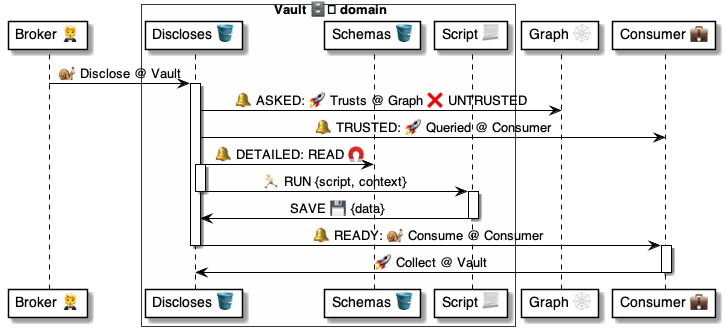
This is 4 ⚙️ Solution/41 🎭 Domain Roles/Vaults 🗄️/🗄️🪣 Vault tables/Discloses 💼 table/🪣 Discloses/🗄️ Vault.Discloses ⚙️ uml.png from pollyweb-org/pollyweb-docs, a PlantUML export, as it was before one commit. Its source is kept beside it as 4 ⚙️ Solution/41 🎭 Domain Roles/Vaults 🗄️/🗄️🪣 Vault tables/Discloses 💼 table/🪣 Discloses/🗄️ Vault.Discloses ⚙️ uml.puml. Its diagram source:
```plantuml
@startuml Vault.Discloses

participant "Broker 🤵" as broker

box Vault 🗄️ domain #FFFFFA
    participant "Discloses 🪣" as table
    participant "Schemas 🪣" as schemas
    participant "Script 📃" as handler
end box
participant "Graph 🕸" as graph
participant "Consumer 💼" as consumer


broker -> table: 🐌 Disclose @ Vault

activate table
    table -> graph: 🔔 ASKED: 🚀 Trusts @ Graph ❌ UNTRUSTED
    table -> consumer: 🔔 TRUSTED: 🚀 Queried @ Consumer
    table -> schemas: 🔔 DETAILED: READ 🧲

    activate table
        table -> handler: 🏃 RUN {script, context}
    deactivate table
    activate handler
        handler -> table: SAVE 💾 {data}
    deactivate handler

    table -> consumer: 🔔 READY: 🐌 Consume @ Consumer
deactivate table

activate consumer
    consumer -> table: 🚀 Collect @ Vault
deactivate consumer


@enduml
```
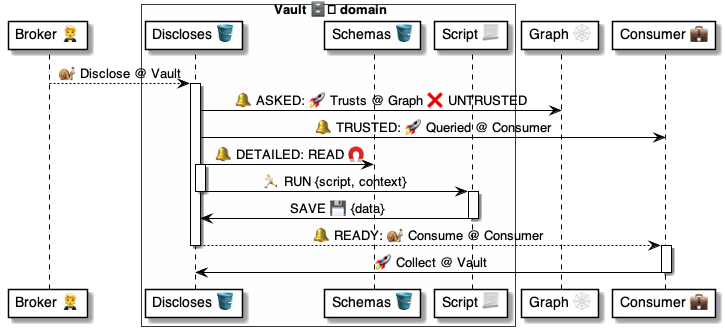
The same diagram one commit later.

What changed in the source:
```diff
@@ -11,7 +11,7 @@
 participant "Consumer 💼" as consumer
 
 
-broker -> table: 🐌 Disclose @ Vault
+broker --> table: 🐌 Disclose @ Vault
 
 activate table
     table -> graph: 🔔 ASKED: 🚀 Trusts @ Graph ❌ UNTRUSTED
@@ -25,7 +25,7 @@
         handler -> table: SAVE 💾 {data}
     deactivate handler
 
-    table -> consumer: 🔔 READY: 🐌 Consume @ Consumer
+    table --> consumer: 🔔 READY: 🐌 Consume @ Consumer
 deactivate table
 
 activate consumer
```
